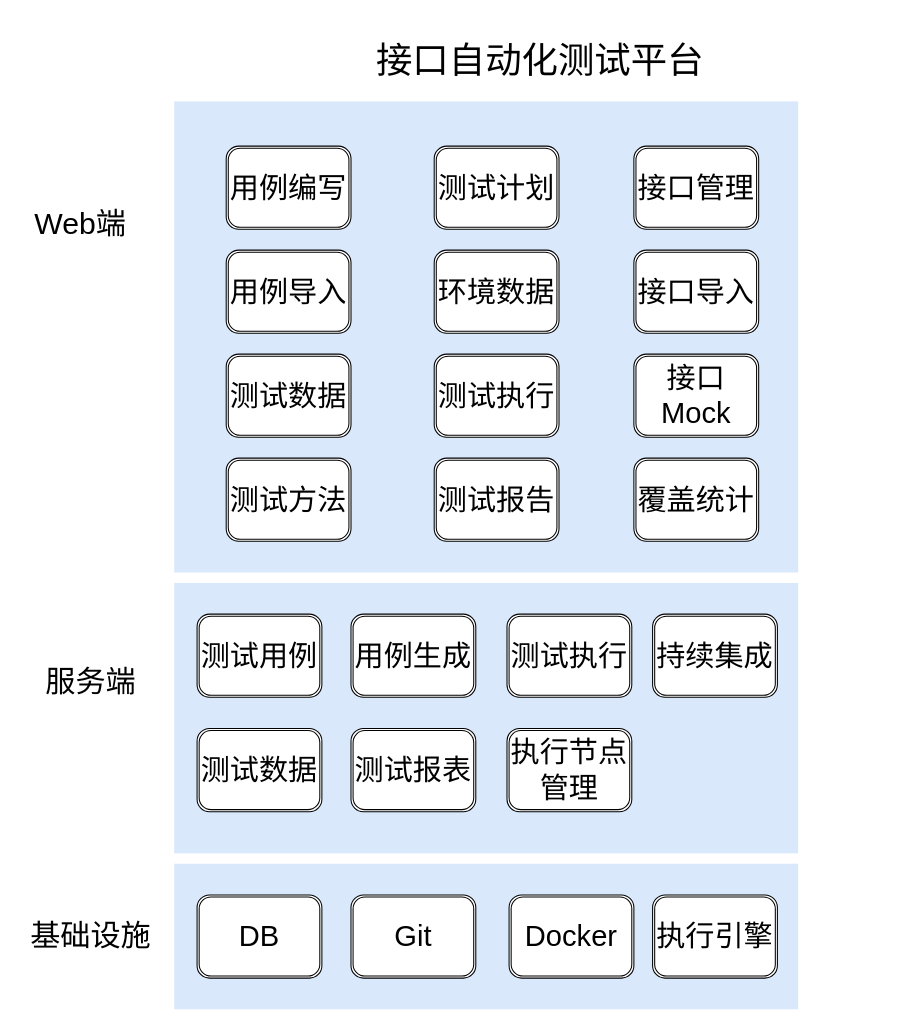
The draw.io diagram apitestplatform.drawio in xiongxiaoqing614/diagrams, before the edit. Source tidied: cells renumbered, new cells numbered last; positions are measured from the earlier drawing's top-left corner, leaving out a move shared by most shapes. Both pictures are drawn from the tidied source at 104%, with x=0, y=0 at pixel (18, 18).
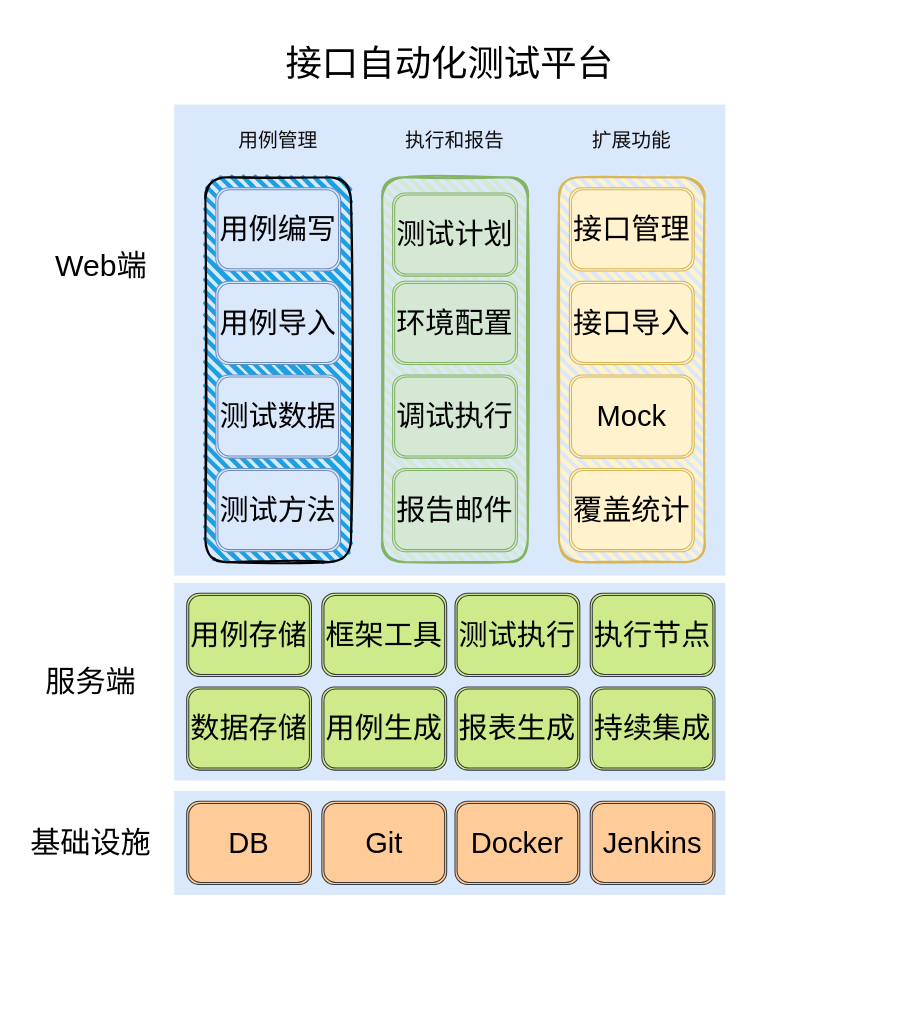
The same page after the edit.

Change to the diagram source:
```diff
@@
     <mxCell id="2" style="whiteSpace=wrap;html=1;fillColor=#dae8fc;fontSize=14;strokeColor=none;verticalAlign=bottom;" parent="1" vertex="1">
-      <mxGeometry x="150" y="543" width="600" height="260" as="geometry" />
+      <mxGeometry x="150" y="543" width="530" height="190" as="geometry" />
     </mxCell>
     <mxCell id="3" style="whiteSpace=wrap;html=1;fillColor=#dae8fc;fontSize=14;strokeColor=none;verticalAlign=top;" parent="1" vertex="1">
-      <mxGeometry x="150" y="80" width="600" height="453" as="geometry" />
+      <mxGeometry x="150" y="83" width="530" height="453" as="geometry" />
     </mxCell>
     <mxCell id="4" style="whiteSpace=wrap;html=1;fillColor=#dae8fc;fontSize=14;strokeColor=none;verticalAlign=bottom;" parent="1" vertex="1">
-      <mxGeometry x="150" y="813" width="600" height="140" as="geometry" />
+      <mxGeometry x="150" y="743" width="530" height="100" as="geometry" />
     </mxCell>
     <mxCell id="5" value="&lt;font style=&quot;font-size: 35px&quot;&gt;接口自动化测试平台&lt;/font&gt;" style="text;html=1;strokeColor=none;fillColor=none;align=center;verticalAlign=middle;whiteSpace=wrap;rounded=0;" parent="1" vertex="1">
-      <mxGeometry x="172" width="660" height="80" as="geometry" />
+      <mxGeometry x="150" y="3" width="530" height="80" as="geometry" />
     </mxCell>
     <mxCell id="6" value="&lt;font style=&quot;font-size: 29px&quot;&gt;Web端&lt;/font&gt;" style="text;html=1;strokeColor=none;fillColor=none;align=center;verticalAlign=middle;whiteSpace=wrap;rounded=0;" parent="1" vertex="1">
-      <mxGeometry y="183" width="120" height="30" as="geometry" />
+      <mxGeometry x="20" y="223" width="120" height="30" as="geometry" />
     </mxCell>
@@
     <mxCell id="8" value="&lt;font style=&quot;font-size: 29px&quot;&gt;基础设施&lt;/font&gt;" style="text;html=1;strokeColor=none;fillColor=none;align=center;verticalAlign=middle;whiteSpace=wrap;rounded=0;" parent="1" vertex="1">
-      <mxGeometry x="10" y="868" width="120" height="30" as="geometry" />
+      <mxGeometry x="10" y="778" width="120" height="30" as="geometry" />
     </mxCell>
-    <mxCell id="9" value="&lt;font style=&quot;font-size: 28px&quot;&gt;接口管理&lt;/font&gt;" style="shape=ext;double=1;rounded=1;whiteSpace=wrap;html=1;" parent="1" vertex="1">
-      <mxGeometry x="592" y="123" width="120" height="80" as="geometry" />
-    </mxCell>
-    <mxCell id="10" value="&lt;font style=&quot;font-size: 28px&quot;&gt;用例编写&lt;/font&gt;" style="shape=ext;double=1;rounded=1;whiteSpace=wrap;html=1;" parent="1" vertex="1">
-      <mxGeometry x="200" y="123" width="120" height="80" as="geometry" />
-    </mxCell>
-    <mxCell id="11" value="&lt;font style=&quot;font-size: 28px&quot;&gt;测试数据&lt;/font&gt;" style="shape=ext;double=1;rounded=1;whiteSpace=wrap;html=1;" parent="1" vertex="1">
-      <mxGeometry x="200" y="323" width="120" height="80" as="geometry" />
-    </mxCell>
-    <mxCell id="12" value="&lt;font style=&quot;font-size: 28px&quot;&gt;测试计划&lt;/font&gt;" style="shape=ext;double=1;rounded=1;whiteSpace=wrap;html=1;" parent="1" vertex="1">
-      <mxGeometry x="400" y="123" width="120" height="80" as="geometry" />
-    </mxCell>
-    <mxCell id="13" value="&lt;span style=&quot;font-size: 28px&quot;&gt;测试方法&lt;/span&gt;" style="shape=ext;double=1;rounded=1;whiteSpace=wrap;html=1;" parent="1" vertex="1">
-      <mxGeometry x="200" y="423" width="120" height="80" as="geometry" />
-    </mxCell>
-    <mxCell id="14" value="&lt;font style=&quot;font-size: 28px&quot;&gt;接口导入&lt;/font&gt;" style="shape=ext;double=1;rounded=1;whiteSpace=wrap;html=1;" parent="1" vertex="1">
-      <mxGeometry x="592" y="223" width="120" height="80" as="geometry" />
-    </mxCell>
-    <mxCell id="15" value="&lt;font style=&quot;font-size: 28px&quot;&gt;用例导入&lt;/font&gt;" style="shape=ext;double=1;rounded=1;whiteSpace=wrap;html=1;" parent="1" vertex="1">
-      <mxGeometry x="200" y="223" width="120" height="80" as="geometry" />
-    </mxCell>
-    <mxCell id="16" value="&lt;font style=&quot;font-size: 28px&quot;&gt;接口Mock&lt;/font&gt;" style="shape=ext;double=1;rounded=1;whiteSpace=wrap;html=1;" parent="1" vertex="1">
-      <mxGeometry x="592" y="323" width="120" height="80" as="geometry" />
-    </mxCell>
-    <mxCell id="17" value="&lt;span style=&quot;font-size: 28px&quot;&gt;环境数据&lt;/span&gt;" style="shape=ext;double=1;rounded=1;whiteSpace=wrap;html=1;" parent="1" vertex="1">
-      <mxGeometry x="400" y="223" width="120" height="80" as="geometry" />
-    </mxCell>
-    <mxCell id="18" value="&lt;font style=&quot;font-size: 28px&quot;&gt;测试报告&lt;/font&gt;" style="shape=ext;double=1;rounded=1;whiteSpace=wrap;html=1;" parent="1" vertex="1">
-      <mxGeometry x="400" y="423" width="120" height="80" as="geometry" />
-    </mxCell>
-    <mxCell id="19" value="&lt;font style=&quot;font-size: 28px&quot;&gt;测试执行&lt;/font&gt;" style="shape=ext;double=1;rounded=1;whiteSpace=wrap;html=1;" parent="1" vertex="1">
-      <mxGeometry x="400" y="323" width="120" height="80" as="geometry" />
-    </mxCell>
-    <mxCell id="20" value="&lt;font style=&quot;font-size: 28px&quot;&gt;覆盖统计&lt;/font&gt;" style="shape=ext;double=1;rounded=1;whiteSpace=wrap;html=1;" parent="1" vertex="1">
-      <mxGeometry x="592" y="423" width="120" height="80" as="geometry" />
-    </mxCell>
-    <mxCell id="21" value="&lt;span style=&quot;font-size: 28px&quot;&gt;测试数据&lt;br&gt;&lt;/span&gt;" style="shape=ext;double=1;rounded=1;whiteSpace=wrap;html=1;" parent="1" vertex="1">
-      <mxGeometry x="172" y="683" width="120" height="80" as="geometry" />
+    <mxCell id="21" value="&lt;span style=&quot;font-size: 28px&quot;&gt;数据存储&lt;br&gt;&lt;/span&gt;" style="shape=ext;double=1;rounded=1;whiteSpace=wrap;html=1;fillColor=#cdeb8b;strokeColor=#36393d;" parent="1" vertex="1">
+      <mxGeometry x="162" y="643" width="120" height="80" as="geometry" />
     </mxCell>
-    <mxCell id="22" value="&lt;span style=&quot;font-size: 28px&quot;&gt;测试执行&lt;/span&gt;" style="shape=ext;double=1;rounded=1;whiteSpace=wrap;html=1;" parent="1" vertex="1">
-      <mxGeometry x="470" y="573" width="120" height="80" as="geometry" />
+    <mxCell id="22" value="&lt;span style=&quot;font-size: 28px&quot;&gt;测试执行&lt;/span&gt;" style="shape=ext;double=1;rounded=1;whiteSpace=wrap;html=1;fillColor=#cdeb8b;strokeColor=#36393d;" parent="1" vertex="1">
+      <mxGeometry x="420" y="553" width="120" height="80" as="geometry" />
     </mxCell>
-    <mxCell id="23" value="&lt;span style=&quot;font-size: 28px&quot;&gt;执行节点管理&lt;/span&gt;" style="shape=ext;double=1;rounded=1;whiteSpace=wrap;html=1;" parent="1" vertex="1">
-      <mxGeometry x="470" y="683" width="120" height="80" as="geometry" />
+    <mxCell id="23" value="&lt;span style=&quot;font-size: 28px&quot;&gt;执行节点&lt;/span&gt;" style="shape=ext;double=1;rounded=1;whiteSpace=wrap;html=1;fillColor=#cdeb8b;strokeColor=#36393d;" parent="1" vertex="1">
+      <mxGeometry x="550" y="553" width="120" height="80" as="geometry" />
     </mxCell>
-    <mxCell id="24" value="&lt;span style=&quot;font-size: 28px&quot;&gt;测试用例&lt;br&gt;&lt;/span&gt;" style="shape=ext;double=1;rounded=1;whiteSpace=wrap;html=1;" parent="1" vertex="1">
-      <mxGeometry x="172" y="573" width="120" height="80" as="geometry" />
+    <mxCell id="24" value="&lt;span style=&quot;font-size: 28px&quot;&gt;用例存储&lt;br&gt;&lt;/span&gt;" style="shape=ext;double=1;rounded=1;whiteSpace=wrap;html=1;fillColor=#cdeb8b;strokeColor=#36393d;" parent="1" vertex="1">
+      <mxGeometry x="162" y="553" width="120" height="80" as="geometry" />
     </mxCell>
-    <mxCell id="25" value="&lt;span style=&quot;font-size: 28px&quot;&gt;持续集成&lt;/span&gt;" style="shape=ext;double=1;rounded=1;whiteSpace=wrap;html=1;" parent="1" vertex="1">
-      <mxGeometry x="610" y="573" width="120" height="80" as="geometry" />
+    <mxCell id="25" value="&lt;span style=&quot;font-size: 28px&quot;&gt;持续集成&lt;/span&gt;" style="shape=ext;double=1;rounded=1;whiteSpace=wrap;html=1;fillColor=#cdeb8b;strokeColor=#36393d;" parent="1" vertex="1">
+      <mxGeometry x="550" y="643" width="120" height="80" as="geometry" />
     </mxCell>
-    <mxCell id="26" value="&lt;span style=&quot;font-size: 28px&quot;&gt;测试报表&lt;/span&gt;" style="shape=ext;double=1;rounded=1;whiteSpace=wrap;html=1;" parent="1" vertex="1">
-      <mxGeometry x="320" y="683" width="120" height="80" as="geometry" />
+    <mxCell id="26" value="&lt;span style=&quot;font-size: 28px&quot;&gt;报表生成&lt;/span&gt;" style="shape=ext;double=1;rounded=1;whiteSpace=wrap;html=1;fillColor=#cdeb8b;strokeColor=#36393d;" parent="1" vertex="1">
+      <mxGeometry x="420" y="643" width="120" height="80" as="geometry" />
     </mxCell>
-    <mxCell id="27" value="&lt;span style=&quot;font-size: 28px&quot;&gt;用例生成&lt;/span&gt;" style="shape=ext;double=1;rounded=1;whiteSpace=wrap;html=1;" parent="1" vertex="1">
-      <mxGeometry x="320" y="573" width="120" height="80" as="geometry" />
+    <mxCell id="27" value="&lt;span style=&quot;font-size: 28px&quot;&gt;用例生成&lt;/span&gt;" style="shape=ext;double=1;rounded=1;whiteSpace=wrap;html=1;fillColor=#cdeb8b;strokeColor=#36393d;" parent="1" vertex="1">
+      <mxGeometry x="292" y="643" width="120" height="80" as="geometry" />
     </mxCell>
-    <mxCell id="28" value="&lt;span style=&quot;font-size: 28px&quot;&gt;DB&lt;/span&gt;" style="shape=ext;double=1;rounded=1;whiteSpace=wrap;html=1;" parent="1" vertex="1">
-      <mxGeometry x="172" y="843" width="120" height="80" as="geometry" />
+    <mxCell id="28" value="&lt;span style=&quot;font-size: 28px&quot;&gt;DB&lt;/span&gt;" style="shape=ext;double=1;rounded=1;whiteSpace=wrap;html=1;fillColor=#ffcc99;strokeColor=#36393d;" parent="1" vertex="1">
+      <mxGeometry x="162" y="753" width="120" height="80" as="geometry" />
     </mxCell>
-    <mxCell id="29" value="&lt;span style=&quot;font-size: 28px&quot;&gt;Git&lt;/span&gt;" style="shape=ext;double=1;rounded=1;whiteSpace=wrap;html=1;" parent="1" vertex="1">
-      <mxGeometry x="320" y="843" width="120" height="80" as="geometry" />
+    <mxCell id="29" value="&lt;span style=&quot;font-size: 28px&quot;&gt;Git&lt;/span&gt;" style="shape=ext;double=1;rounded=1;whiteSpace=wrap;html=1;fillColor=#ffcc99;strokeColor=#36393d;" parent="1" vertex="1">
+      <mxGeometry x="292" y="753" width="120" height="80" as="geometry" />
     </mxCell>
-    <mxCell id="30" value="&lt;span style=&quot;font-size: 28px&quot;&gt;Docker&lt;/span&gt;" style="shape=ext;double=1;rounded=1;whiteSpace=wrap;html=1;" parent="1" vertex="1">
-      <mxGeometry x="472" y="843" width="120" height="80" as="geometry" />
+    <mxCell id="30" value="&lt;span style=&quot;font-size: 28px&quot;&gt;Docker&lt;/span&gt;" style="shape=ext;double=1;rounded=1;whiteSpace=wrap;html=1;fillColor=#ffcc99;strokeColor=#36393d;" parent="1" vertex="1">
+      <mxGeometry x="420" y="753" width="120" height="80" as="geometry" />
     </mxCell>
-    <mxCell id="31" value="&lt;span style=&quot;font-size: 28px&quot;&gt;执行引擎&lt;/span&gt;" style="shape=ext;double=1;rounded=1;whiteSpace=wrap;html=1;" parent="1" vertex="1">
-      <mxGeometry x="610" y="843" width="120" height="80" as="geometry" />
+    <mxCell id="31" value="&lt;span style=&quot;font-size: 28px&quot;&gt;Jenkins&lt;/span&gt;" style="shape=ext;double=1;rounded=1;whiteSpace=wrap;html=1;fillColor=#ffcc99;strokeColor=#36393d;" parent="1" vertex="1">
+      <mxGeometry x="550" y="753" width="120" height="80" as="geometry" />
     </mxCell>
+    <mxCell id="32" value="&lt;span style=&quot;font-size: 28px&quot;&gt;框架工具&lt;/span&gt;" style="shape=ext;double=1;rounded=1;whiteSpace=wrap;html=1;fillColor=#cdeb8b;strokeColor=#36393d;" parent="1" vertex="1">
+      <mxGeometry x="292" y="553" width="120" height="80" as="geometry" />
+    </mxCell>
+    <mxCell id="33" style="rounded=1;whiteSpace=wrap;html=1;strokeWidth=2;fillWeight=4;hachureGap=8;hachureAngle=45;fillColor=#1ba1e2;sketch=1;" parent="1" vertex="1">
+      <mxGeometry x="180" y="153" width="140" height="370" as="geometry" />
+    </mxCell>
+    <mxCell id="10" value="&lt;font style=&quot;font-size: 28px&quot;&gt;用例编写&lt;/font&gt;" style="shape=ext;double=1;rounded=1;whiteSpace=wrap;html=1;fillColor=#dae8fc;strokeColor=#6c8ebf;" parent="1" vertex="1">
+      <mxGeometry x="190" y="163" width="120" height="80" as="geometry" />
+    </mxCell>
+    <mxCell id="15" value="&lt;font style=&quot;font-size: 28px&quot;&gt;用例导入&lt;/font&gt;" style="shape=ext;double=1;rounded=1;whiteSpace=wrap;html=1;fillColor=#dae8fc;strokeColor=#6c8ebf;" parent="1" vertex="1">
+      <mxGeometry x="190" y="253" width="120" height="80" as="geometry" />
+    </mxCell>
+    <mxCell id="11" value="&lt;font style=&quot;font-size: 28px&quot;&gt;测试数据&lt;/font&gt;" style="shape=ext;double=1;rounded=1;whiteSpace=wrap;html=1;fillColor=#dae8fc;strokeColor=#6c8ebf;" parent="1" vertex="1">
+      <mxGeometry x="190" y="343" width="120" height="80" as="geometry" />
+    </mxCell>
+    <mxCell id="13" value="&lt;span style=&quot;font-size: 28px&quot;&gt;测试方法&lt;/span&gt;" style="shape=ext;double=1;rounded=1;whiteSpace=wrap;html=1;fillColor=#dae8fc;strokeColor=#6c8ebf;" parent="1" vertex="1">
+      <mxGeometry x="190" y="433" width="120" height="80" as="geometry" />
+    </mxCell>
+    <mxCell id="34" style="rounded=1;whiteSpace=wrap;html=1;strokeWidth=2;fillWeight=4;hachureGap=8;hachureAngle=45;fillColor=#d5e8d4;sketch=1;strokeColor=#82b366;" parent="1" vertex="1">
+      <mxGeometry x="350" y="153" width="140" height="370" as="geometry" />
+    </mxCell>
+    <mxCell id="12" value="&lt;font style=&quot;font-size: 28px&quot;&gt;测试计划&lt;/font&gt;" style="shape=ext;double=1;rounded=1;whiteSpace=wrap;html=1;fillColor=#d5e8d4;strokeColor=#82b366;" parent="1" vertex="1">
+      <mxGeometry x="360" y="168" width="120" height="80" as="geometry" />
+    </mxCell>
+    <mxCell id="35" value="&lt;font style=&quot;font-size: 28px&quot;&gt;环境配置&lt;/font&gt;" style="shape=ext;double=1;rounded=1;whiteSpace=wrap;html=1;fillColor=#d5e8d4;strokeColor=#82b366;" parent="1" vertex="1">
+      <mxGeometry x="360" y="253" width="120" height="80" as="geometry" />
+    </mxCell>
+    <mxCell id="36" value="&lt;font style=&quot;font-size: 28px&quot;&gt;调试执行&lt;/font&gt;" style="shape=ext;double=1;rounded=1;whiteSpace=wrap;html=1;fillColor=#d5e8d4;strokeColor=#82b366;" parent="1" vertex="1">
+      <mxGeometry x="360" y="343" width="120" height="80" as="geometry" />
+    </mxCell>
+    <mxCell id="37" value="&lt;span style=&quot;font-size: 28px&quot;&gt;报告邮件&lt;/span&gt;" style="shape=ext;double=1;rounded=1;whiteSpace=wrap;html=1;fillColor=#d5e8d4;strokeColor=#82b366;" parent="1" vertex="1">
+      <mxGeometry x="360" y="433" width="120" height="80" as="geometry" />
+    </mxCell>
+    <mxCell id="38" style="rounded=1;whiteSpace=wrap;html=1;strokeWidth=2;fillWeight=4;hachureGap=8;hachureAngle=45;fillColor=#fff2cc;sketch=1;strokeColor=#d6b656;" parent="1" vertex="1">
+      <mxGeometry x="520" y="153" width="140" height="370" as="geometry" />
+    </mxCell>
+    <mxCell id="9" value="&lt;font style=&quot;font-size: 28px&quot;&gt;接口管理&lt;/font&gt;" style="shape=ext;double=1;rounded=1;whiteSpace=wrap;html=1;fillColor=#fff2cc;strokeColor=#d6b656;" parent="1" vertex="1">
+      <mxGeometry x="530" y="163" width="120" height="80" as="geometry" />
+    </mxCell>
+    <mxCell id="14" value="&lt;font style=&quot;font-size: 28px&quot;&gt;接口导入&lt;/font&gt;" style="shape=ext;double=1;rounded=1;whiteSpace=wrap;html=1;fillColor=#fff2cc;strokeColor=#d6b656;" parent="1" vertex="1">
+      <mxGeometry x="530" y="253" width="120" height="80" as="geometry" />
+    </mxCell>
+    <mxCell id="39" value="&lt;font style=&quot;font-size: 28px&quot;&gt;Mock&lt;/font&gt;" style="shape=ext;double=1;rounded=1;whiteSpace=wrap;html=1;fillColor=#fff2cc;strokeColor=#d6b656;" parent="1" vertex="1">
+      <mxGeometry x="530" y="343" width="120" height="80" as="geometry" />
+    </mxCell>
+    <mxCell id="20" value="&lt;span style=&quot;font-size: 28px&quot;&gt;覆盖统计&lt;/span&gt;" style="shape=ext;double=1;rounded=1;whiteSpace=wrap;html=1;fillColor=#fff2cc;strokeColor=#d6b656;" parent="1" vertex="1">
+      <mxGeometry x="530" y="433" width="120" height="80" as="geometry" />
+    </mxCell>
+    <mxCell id="40" value="&lt;font style=&quot;font-size: 19px&quot; color=&quot;#0f0f0f&quot;&gt;用例管理&lt;/font&gt;" style="text;html=1;strokeColor=none;fillColor=none;align=center;verticalAlign=middle;whiteSpace=wrap;rounded=0;" parent="1" vertex="1">
+      <mxGeometry x="200" y="93" width="100" height="50" as="geometry" />
+    </mxCell>
+    <mxCell id="41" value="&lt;font style=&quot;font-size: 19px&quot; color=&quot;#0f0f0f&quot;&gt;执行和报告&lt;/font&gt;" style="text;html=1;strokeColor=none;fillColor=none;align=center;verticalAlign=middle;whiteSpace=wrap;rounded=0;" parent="1" vertex="1">
+      <mxGeometry x="370" y="93" width="100" height="50" as="geometry" />
+    </mxCell>
+    <mxCell id="42" value="&lt;font color=&quot;#0f0f0f&quot;&gt;&lt;span style=&quot;font-size: 19px&quot;&gt;扩展功能&lt;/span&gt;&lt;/font&gt;" style="text;html=1;strokeColor=none;fillColor=none;align=center;verticalAlign=middle;whiteSpace=wrap;rounded=0;" parent="1" vertex="1">
+      <mxGeometry x="540" y="93" width="100" height="50" as="geometry" />
+    </mxCell>
```
